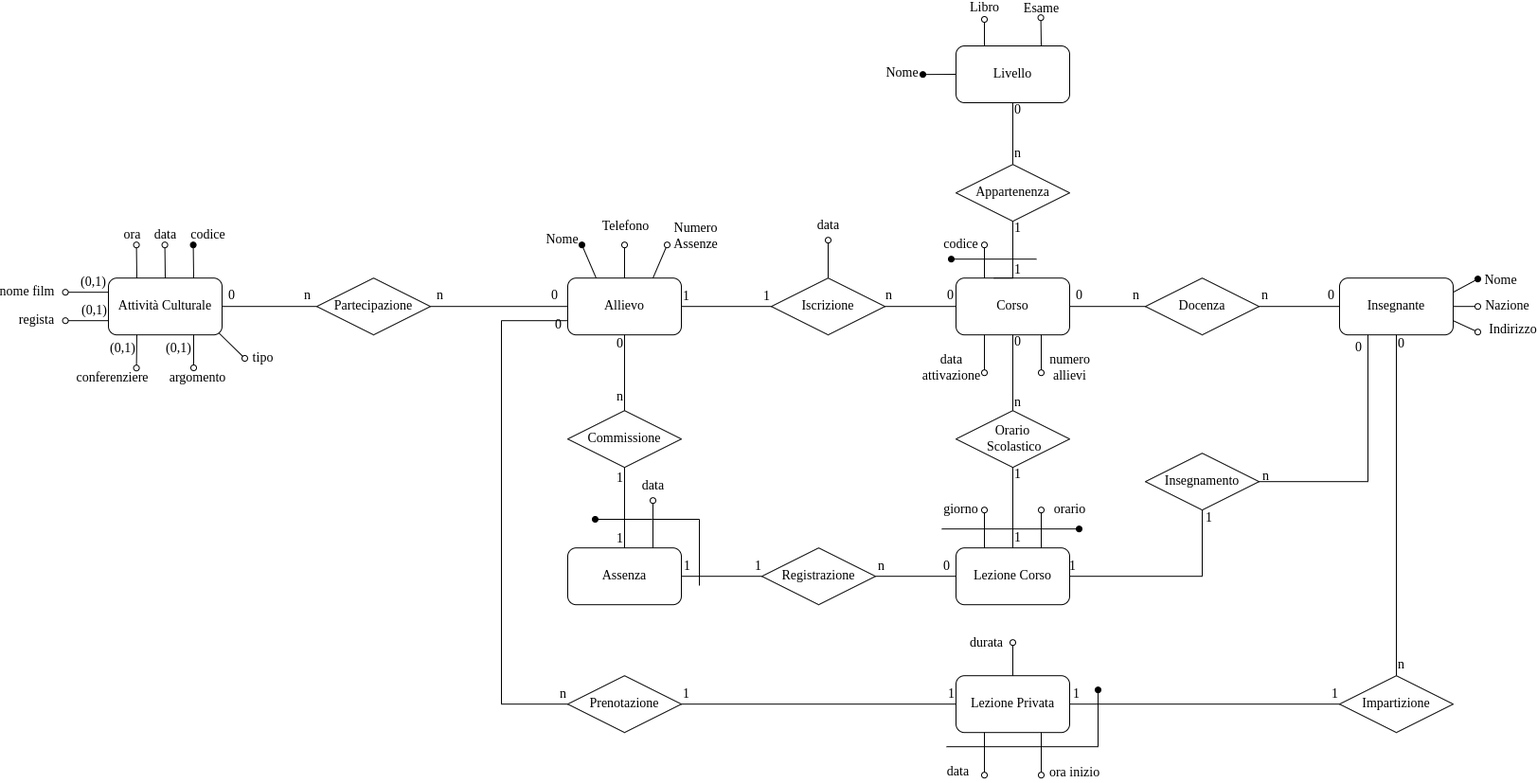
Earlier version of the draw.io export doc/Foto_Documentazione/Diagramma_ER_Ristrutturato.png (SimoneNicosanti/DataBase_Project). Source tidied: cells renumbered, new cells last; positions are measured from the earlier drawing's top-left corner, leaving out a move shared by most shapes.
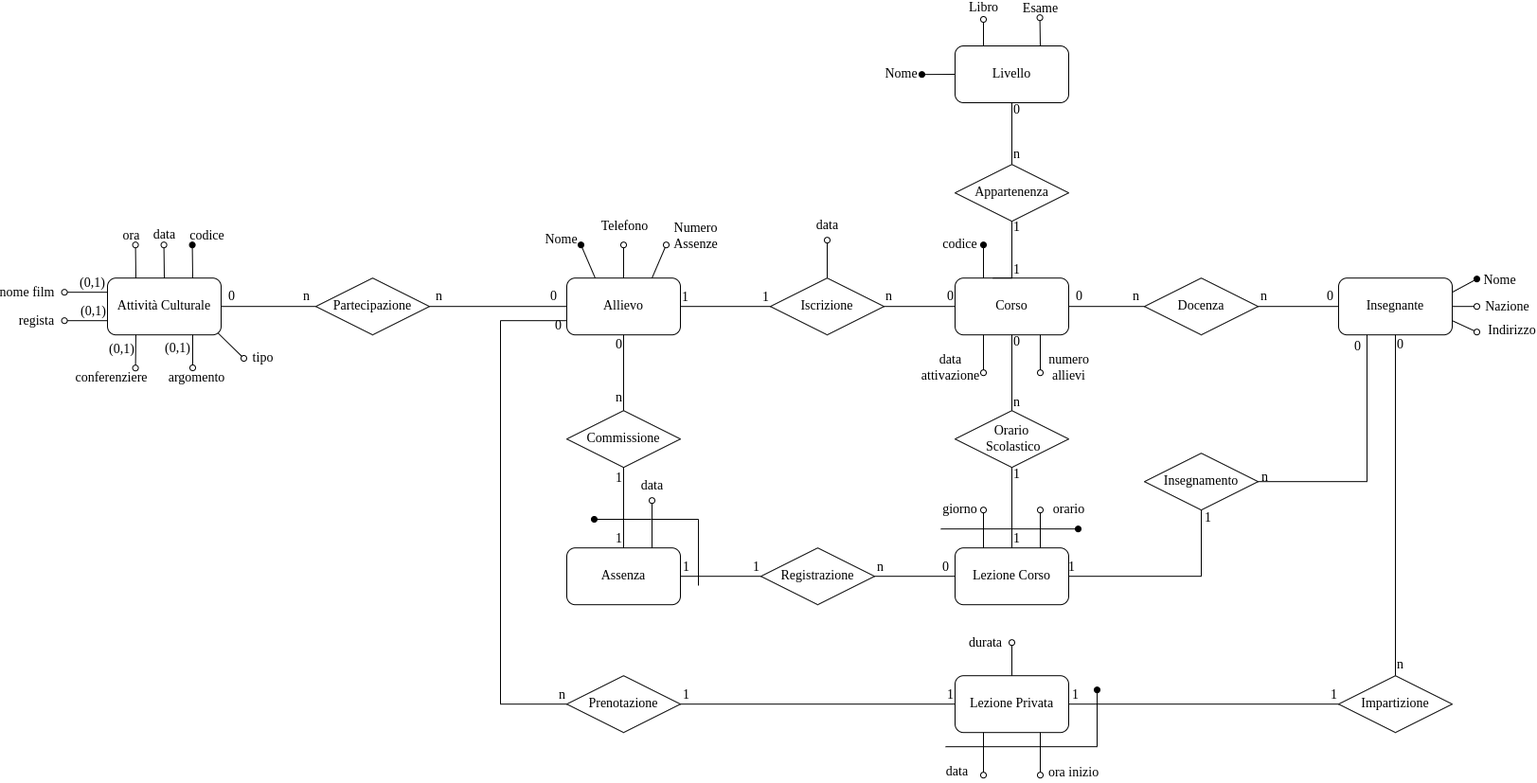
The same file after the commit.

Diff of the diagram source:
```diff
@@ -34,7 +34,7 @@
     <mxCell id="9" value="Allievo" style="rounded=1;whiteSpace=wrap;html=1;labelBackgroundColor=none;fontFamily=Times New Roman;fontSize=14;" parent="1" vertex="1">
       <mxGeometry x="530" y="275.2" width="120" height="60" as="geometry" />
     </mxCell>
-    <mxCell id="10" style="endArrow=none;html=1;rounded=0;entryX=0.25;entryY=0;entryDx=0;entryDy=0;endFill=0;startArrow=oval;startFill=0;fontSize=14;fontFamily=Times New Roman;" parent="1" edge="1" target="7">
+    <mxCell id="10" style="endArrow=none;html=1;rounded=0;entryX=0.25;entryY=0;entryDx=0;entryDy=0;endFill=0;startArrow=oval;startFill=1;fontSize=14;fontFamily=Times New Roman;" parent="1" edge="1" target="7">
       <mxGeometry relative="1" as="geometry">
         <mxPoint x="970" y="240.2" as="sourcePoint" />
       </mxGeometry>
@@ -53,12 +53,6 @@
         <mxPoint x="1035" y="95.2" as="targetPoint" />
       </mxGeometry>
     </mxCell>
-    <mxCell id="14" style="endArrow=oval;html=1;rounded=0;fontFamily=Times New Roman;fontSize=14;endFill=1;" parent="1" edge="1">
-      <mxGeometry relative="1" as="geometry">
-        <mxPoint x="1025" y="255.2" as="sourcePoint" />
-        <mxPoint x="935" y="255.2" as="targetPoint" />
-      </mxGeometry>
-    </mxCell>
     <mxCell id="15" style="endArrow=oval;html=1;rounded=0;fontFamily=Times New Roman;fontSize=14;endFill=0;exitX=0.25;exitY=1;exitDx=0;exitDy=0;" parent="1" edge="1" source="7">
       <mxGeometry relative="1" as="geometry">
         <mxPoint x="970" y="375.2" as="targetPoint" />
```
